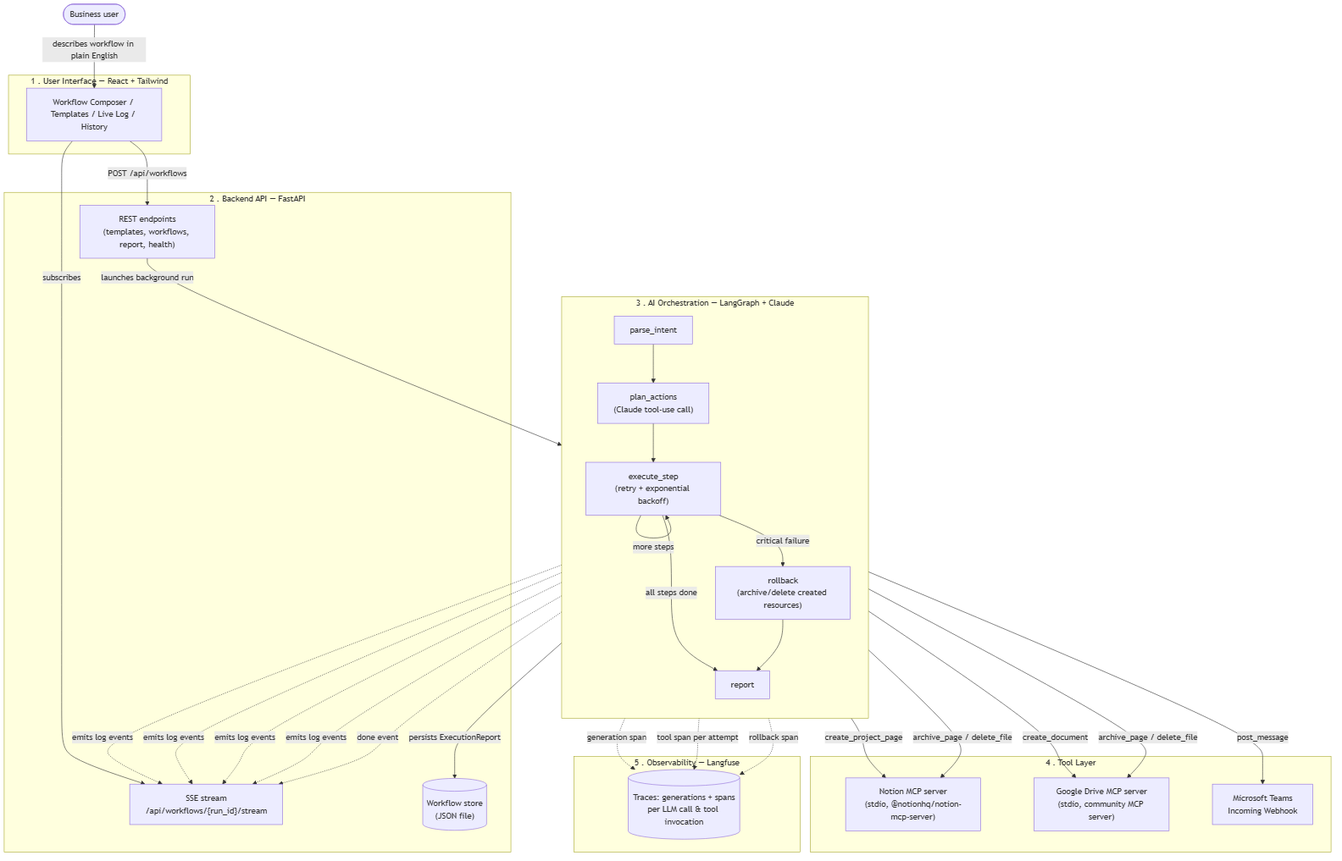
The Mermaid diagram docs/architecture.png in rgend/Capstone_WorkflowWeaver, before a commit. Its source is kept beside it as docs/architecture.mmd. The source it was exported from:
```mermaid
flowchart TB
    User(["Business user"])

    subgraph L1["1 . User Interface — React + Tailwind"]
        UI["Workflow Composer / Templates / Live Log / History"]
    end

    subgraph L2["2 . Backend API — FastAPI"]
        REST["REST endpoints\n(templates, workflows, report, health)"]
        SSE["SSE stream\n/api/workflows/{run_id}/stream"]
        Store[("Workflow store\n(JSON file)")]
    end

    subgraph L3["3 . AI Orchestration — LangGraph + Claude"]
        direction TB
        N1["parse_intent"] --> N2["plan_actions\n(Claude tool-use call)"]
        N2 --> N3["execute_step\n(retry + exponential backoff)"]
        N3 -->|more steps| N3
        N3 -->|critical failure| N4["rollback\n(archive/delete created resources)"]
        N3 -->|all steps done| N5["report"]
        N4 --> N5
    end

    subgraph L4["4 . Tool Layer"]
        Notion["Notion MCP server\n(stdio, @notionhq/notion-mcp-server)"]
        Drive["Google Drive MCP server\n(stdio, community MCP server)"]
        Teams["Microsoft Teams\nIncoming Webhook"]
    end

    subgraph L5["5 . Observability — Langfuse"]
        Trace[("Traces: generations + spans\nper LLM call & tool invocation")]
    end

    User -->|"describes workflow in plain English"| UI
    UI -->|"POST /api/workflows"| REST
    REST -->|"launches background run"| N1
    UI -->|"subscribes"| SSE
    N1 -. emits log events .-> SSE
    N2 -. emits log events .-> SSE
    N3 -. emits log events .-> SSE
    N4 -. emits log events .-> SSE
    N5 -->|"persists ExecutionReport"| Store
    N5 -. "done" event .-> SSE

    N3 -->|"create_project_page"| Notion
    N3 -->|"create_document"| Drive
    N3 -->|"post_message"| Teams
    N4 -->|"archive_page / delete_file"| Notion
    N4 -->|"archive_page / delete_file"| Drive

    N2 -.->|"generation span"| Trace
    N3 -.->|"tool span per attempt"| Trace
    N4 -.->|"rollback span"| Trace
```
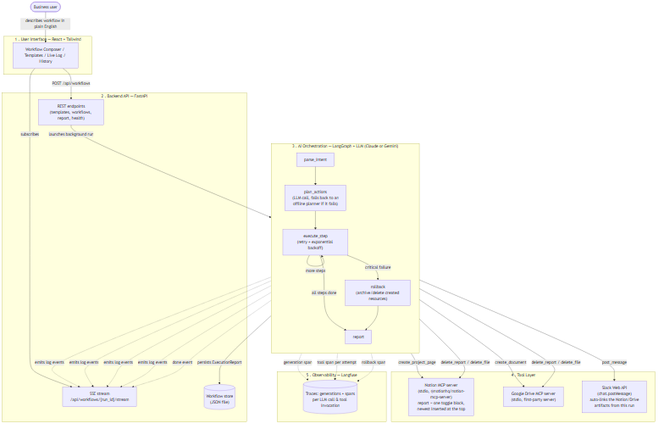
The same file after the commit.

Change to the diagram source:
```diff
@@ -11,9 +11,9 @@
         Store[("Workflow store\n(JSON file)")]
     end
 
-    subgraph L3["3 . AI Orchestration — LangGraph + Claude"]
+    subgraph L3["3 . AI Orchestration — LangGraph + LLM (Claude or Gemini)"]
         direction TB
-        N1["parse_intent"] --> N2["plan_actions\n(Claude tool-use call)"]
+        N1["parse_intent"] --> N2["plan_actions\n(LLM call, falls back to an\noffline planner if it fails)"]
         N2 --> N3["execute_step\n(retry + exponential backoff)"]
         N3 -->|more steps| N3
         N3 -->|critical failure| N4["rollback\n(archive/delete created resources)"]
@@ -22,9 +22,9 @@
     end
 
     subgraph L4["4 . Tool Layer"]
-        Notion["Notion MCP server\n(stdio, @notionhq/notion-mcp-server)"]
-        Drive["Google Drive MCP server\n(stdio, community MCP server)"]
-        Teams["Microsoft Teams\nIncoming Webhook"]
+        Notion["Notion MCP server\n(stdio, @notionhq/notion-mcp-server)\nreport = one toggle block,\nnewest inserted at the top"]
+        Drive["Google Drive MCP server\n(stdio, first-party server)"]
+        Slack["Slack Web API\n(chat.postMessage)\nauto-links the Notion/Drive\nartifacts from this run"]
     end
 
     subgraph L5["5 . Observability — Langfuse"]
@@ -44,9 +44,9 @@
 
     N3 -->|"create_project_page"| Notion
     N3 -->|"create_document"| Drive
-    N3 -->|"post_message"| Teams
-    N4 -->|"archive_page / delete_file"| Notion
-    N4 -->|"archive_page / delete_file"| Drive
+    N3 -->|"post_message"| Slack
+    N4 -->|"delete_report / delete_file"| Notion
+    N4 -->|"delete_report / delete_file"| Drive
 
     N2 -.->|"generation span"| Trace
     N3 -.->|"tool span per attempt"| Trace
```
